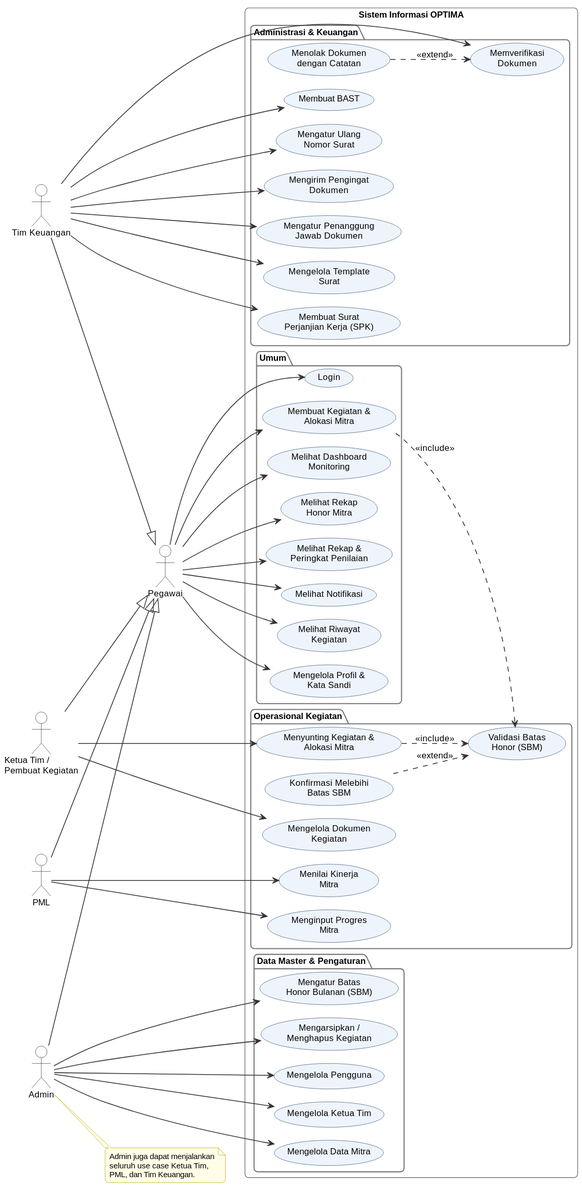
kharis5870/Kharisma keeps this PlantUML diagram as docs/diagram/out/usecase.svg. Above is the earlier version.
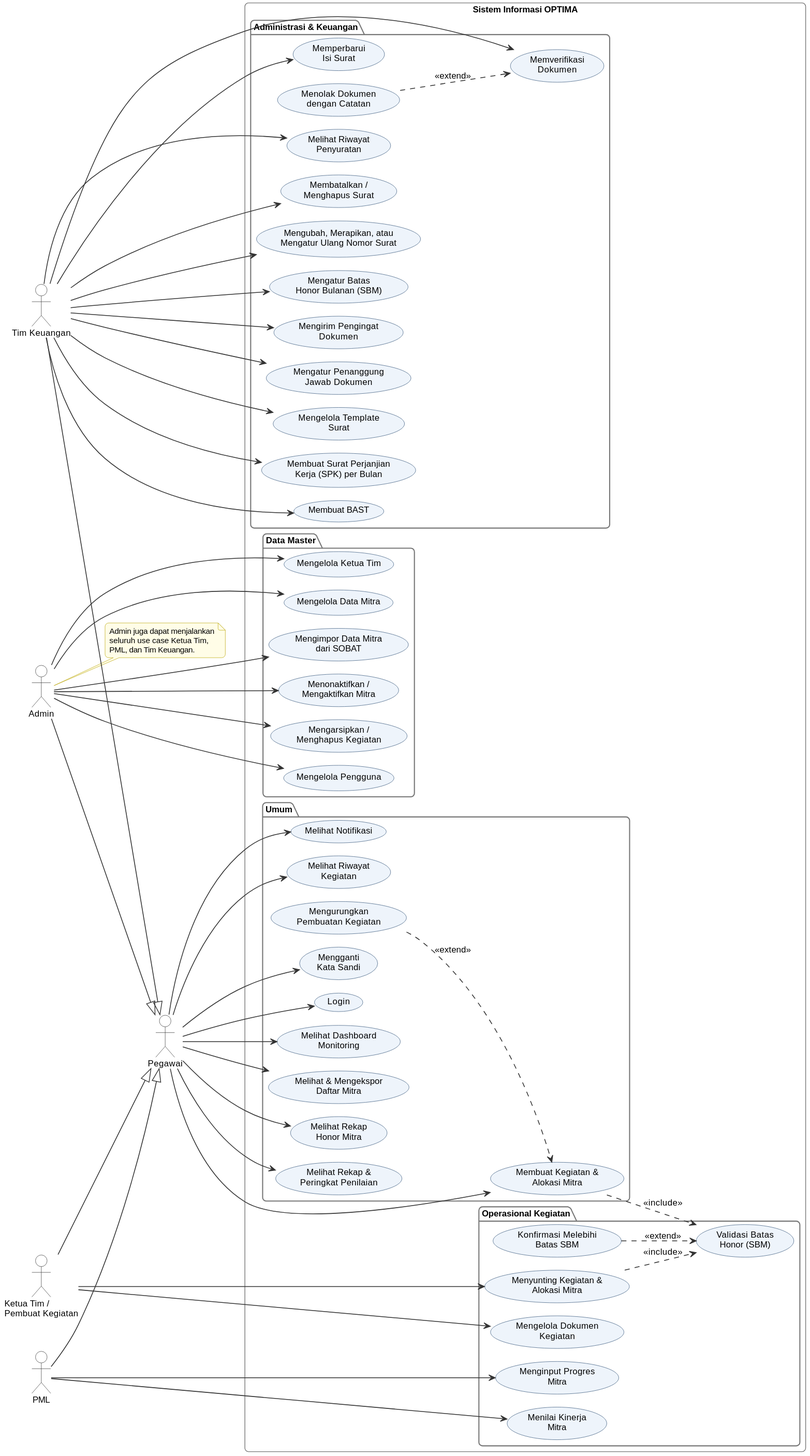
After the change.

Change to the diagram source:
```diff
@@ -19,11 +19,13 @@
     usecase "Login" as UC_LOGIN
     usecase "Melihat Dashboard\nMonitoring" as UC_DASH
     usecase "Membuat Kegiatan &\nAlokasi Mitra" as UC_BUAT
+    usecase "Mengurungkan\nPembuatan Kegiatan" as UC_URUNGKAN
+    usecase "Melihat & Mengekspor\nDaftar Mitra" as UC_DAFTAR
     usecase "Melihat Rekap\nHonor Mitra" as UC_REKHONOR
     usecase "Melihat Rekap &\nPeringkat Penilaian" as UC_REKNILAI
     usecase "Melihat Notifikasi" as UC_NOTIF
     usecase "Melihat Riwayat\nKegiatan" as UC_RIWAYAT
-    usecase "Mengelola Profil &\nKata Sandi" as UC_PROFIL
+    usecase "Mengganti\nKata Sandi" as UC_PROFIL
   }
 
   package "Operasional Kegiatan" {
@@ -36,21 +38,26 @@
   }
 
   package "Administrasi & Keuangan" {
+    usecase "Mengatur Batas\nHonor Bulanan (SBM)" as UC_BATAS
     usecase "Memverifikasi\nDokumen" as UC_VERIF
     usecase "Menolak Dokumen\ndengan Catatan" as UC_TOLAK
     usecase "Mengirim Pengingat\nDokumen" as UC_INGAT
     usecase "Mengatur Penanggung\nJawab Dokumen" as UC_PJ
     usecase "Mengelola Template\nSurat" as UC_TEMPLATE
-    usecase "Membuat Surat\nPerjanjian Kerja (SPK)" as UC_SPK
+    usecase "Membuat Surat Perjanjian\nKerja (SPK) per Bulan" as UC_SPK
     usecase "Membuat BAST" as UC_BAST
-    usecase "Mengatur Ulang\nNomor Surat" as UC_ATURNOMOR
+    usecase "Melihat Riwayat\nPenyuratan" as UC_RIWSURAT
+    usecase "Memperbarui\nIsi Surat" as UC_PERBARUI
+    usecase "Membatalkan /\nMenghapus Surat" as UC_BATALSURAT
+    usecase "Mengubah, Merapikan, atau\nMengatur Ulang Nomor Surat" as UC_NOMOR
   }
 
-  package "Data Master & Pengaturan" {
+  package "Data Master" {
     usecase "Mengelola Pengguna" as UC_USER
     usecase "Mengelola Ketua Tim" as UC_KT
     usecase "Mengelola Data Mitra" as UC_MITRA
-    usecase "Mengatur Batas\nHonor Bulanan (SBM)" as UC_BATAS
+    usecase "Mengimpor Data Mitra\ndari SOBAT" as UC_IMPOR
+    usecase "Menonaktifkan /\nMengaktifkan Mitra" as UC_NONAKTIF
     usecase "Mengarsipkan /\nMenghapus Kegiatan" as UC_ARSIP
   }
 }
@@ -58,6 +65,7 @@
 P --> UC_LOGIN
 P --> UC_DASH
 P --> UC_BUAT
+P --> UC_DAFTAR
 P --> UC_REKHONOR
 P --> UC_REKNILAI
 P --> UC_NOTIF
@@ -70,23 +78,29 @@
 PML --> UC_PROGRES
 PML --> UC_NILAI
 
+TK --> UC_BATAS
 TK --> UC_VERIF
 TK --> UC_INGAT
 TK --> UC_PJ
 TK --> UC_TEMPLATE
 TK --> UC_SPK
 TK --> UC_BAST
-TK --> UC_ATURNOMOR
+TK --> UC_RIWSURAT
+TK --> UC_PERBARUI
+TK --> UC_BATALSURAT
+TK --> UC_NOMOR
 
 AD --> UC_USER
 AD --> UC_KT
 AD --> UC_MITRA
-AD --> UC_BATAS
+AD --> UC_IMPOR
+AD --> UC_NONAKTIF
 AD --> UC_ARSIP
 
 UC_BUAT ..> UC_SBM : <<include>>
 UC_SUNTING ..> UC_SBM : <<include>>
 UC_KONF ..> UC_SBM : <<extend>>
+UC_URUNGKAN ..> UC_BUAT : <<extend>>
 UC_TOLAK ..> UC_VERIF : <<extend>>
 
 note right of AD
```
